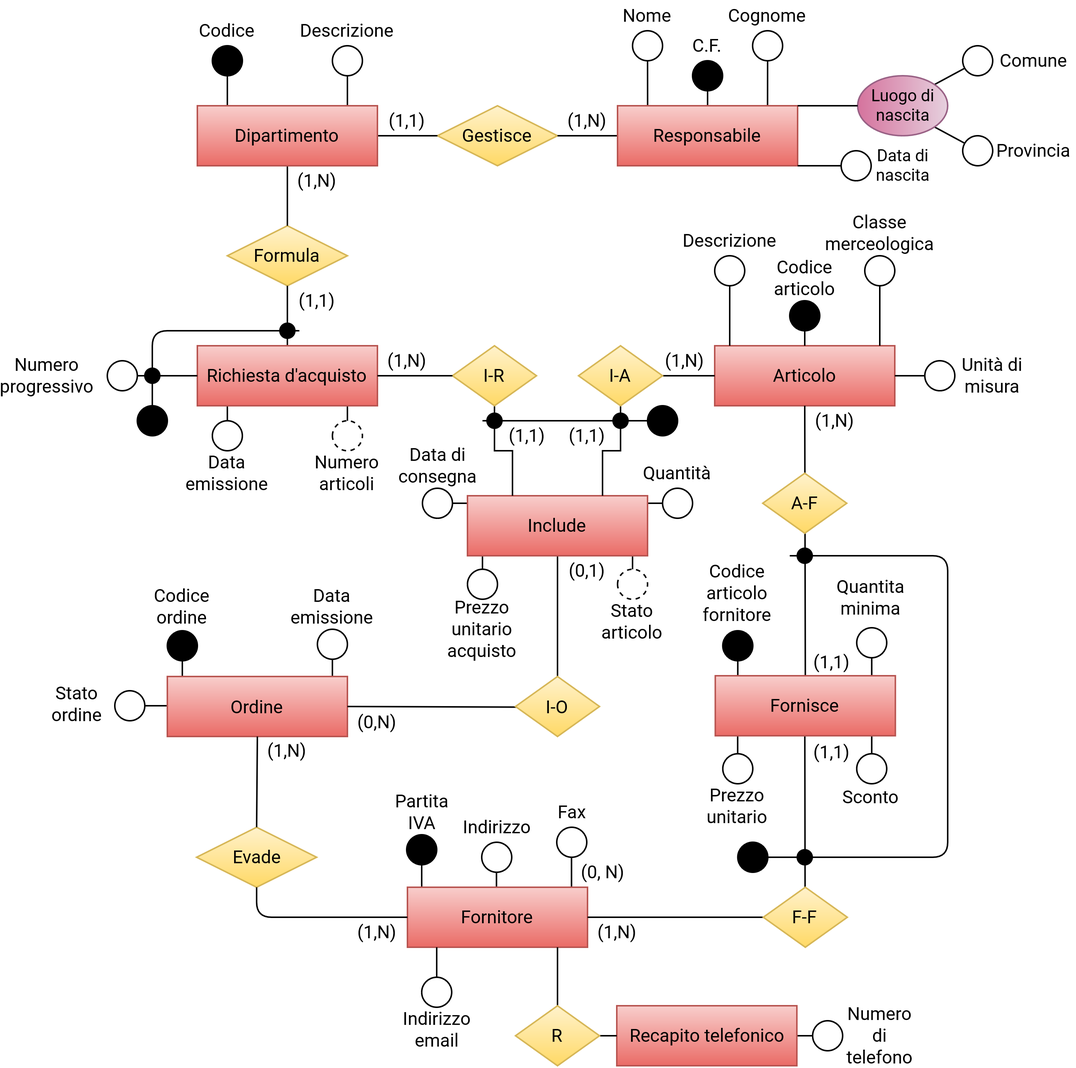
Above: ER_final.png in FraBomba6/Progetto_BdD (draw.io), before the change. Source tidied: cells renumbered, new cells last; positions are measured from the earlier drawing's top-left corner, leaving out a move shared by most shapes.
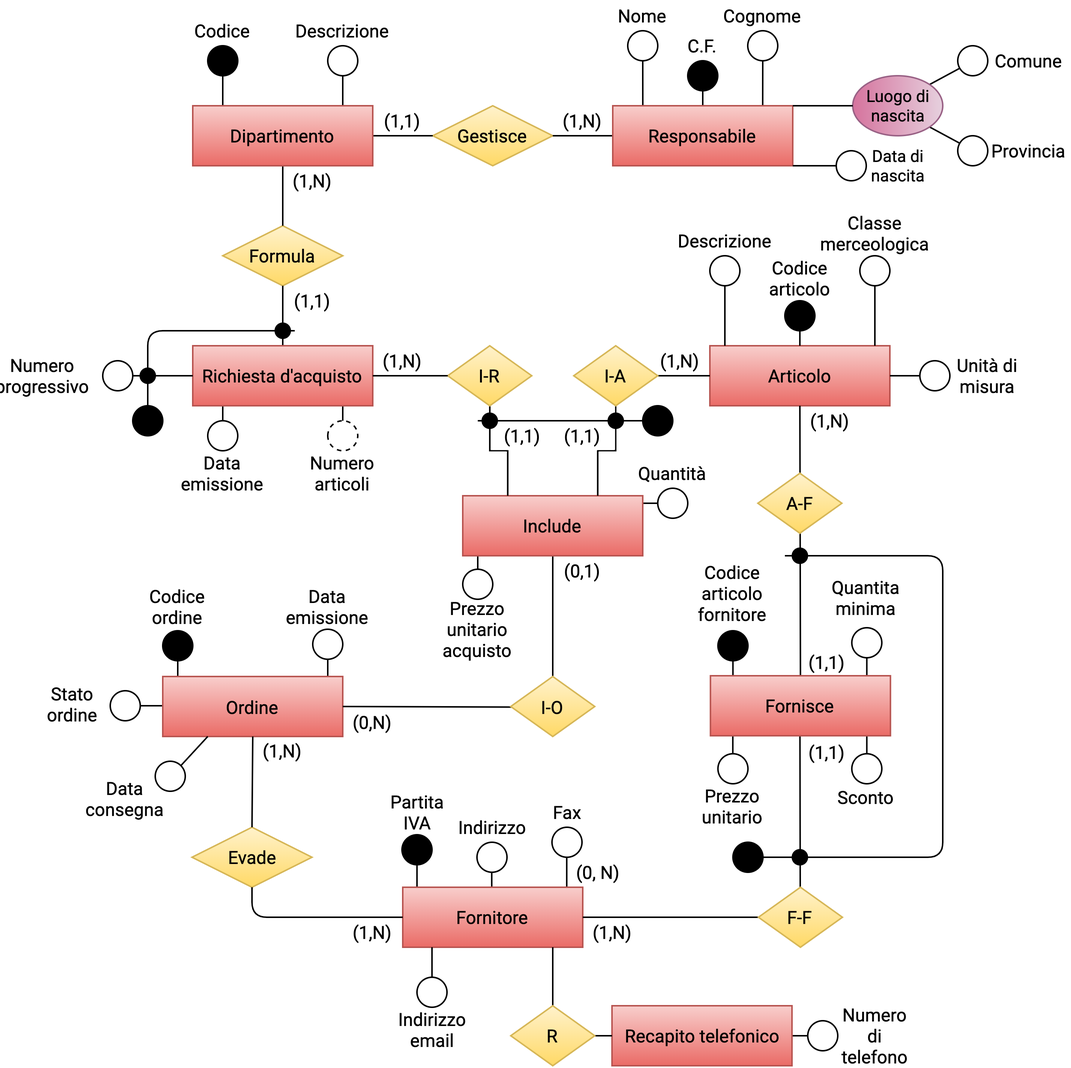
Above is the later version.

Diff of the diagram source:
```diff
@@ -18,9 +18,10 @@
         <mxPoint x="105" y="470" as="sourcePoint" />
       </mxGeometry>
     </mxCell>
-    <mxCell id="5" style="endArrow=none;html=1;entryX=0.5;entryY=1;entryDx=0;entryDy=0;fontFamily=Roboto;fontSource=https%3A%2F%2Ffonts.googleapis.com%2Fcss%3Ffamily%3DRoboto;" parent="1" edge="1" target="134">
+    <mxCell id="5" style="endArrow=none;html=1;entryX=0.5;entryY=1;entryDx=0;entryDy=0;fontFamily=Roboto;fontSource=https%3A%2F%2Ffonts.googleapis.com%2Fcss%3Ffamily%3DRoboto;" parent="1" edge="1">
       <mxGeometry x="170" y="280" as="geometry">
         <mxPoint x="220" y="260" as="sourcePoint" />
+        <mxPoint x="220" y="280" as="targetPoint" />
       </mxGeometry>
     </mxCell>
     <mxCell id="6" value="&lt;div&gt;Numero&lt;/div&gt;&lt;div&gt;articoli&lt;br&gt;&lt;/div&gt;" style="text;html=1;strokeColor=none;fillColor=none;align=center;verticalAlign=middle;whiteSpace=wrap;rounded=0;fontFamily=Roboto;fontSource=https%3A%2F%2Ffonts.googleapis.com%2Fcss%3Ffamily%3DRoboto;rotation=0;" parent="1" vertex="1">
@@ -148,12 +149,6 @@
         <mxPoint x="410" y="335" as="sourcePoint" />
       </mxGeometry>
     </mxCell>
-    <mxCell id="39" style="ellipse;whiteSpace=wrap;html=1;fontFamily=Roboto;fontSource=https%3A%2F%2Ffonts.googleapis.com%2Fcss%3Ffamily%3DRoboto;rotation=90;" parent="1" vertex="1">
-      <mxGeometry x="270" y="325" width="20" height="20" as="geometry" />
-    </mxCell>
-    <mxCell id="40" style="endArrow=none;html=1;fontFamily=Roboto;fontSource=https%3A%2F%2Ffonts.googleapis.com%2Fcss%3Ffamily%3DRoboto;entryX=0.5;entryY=0;entryDx=0;entryDy=0;endSize=6;startSize=6;arcSize=20;exitX=0;exitY=0.125;exitDx=0;exitDy=0;exitPerimeter=0;" parent="1" edge="1" source="140" target="39">
-      <mxGeometry relative="1" as="geometry" />
-    </mxCell>
     <mxCell id="41" style="ellipse;whiteSpace=wrap;html=1;fontFamily=Roboto;fontSource=https%3A%2F%2Ffonts.googleapis.com%2Fcss%3Ffamily%3DRoboto;" parent="1" vertex="1">
       <mxGeometry x="490" y="20" width="20" height="20" as="geometry" />
     </mxCell>
@@ -376,9 +371,6 @@
     <mxCell id="108" style="endArrow=none;html=1;exitX=0.5;exitY=0;exitDx=0;exitDy=0;fontFamily=Roboto;fontSource=https%3A%2F%2Ffonts.googleapis.com%2Fcss%3Ffamily%3DRoboto;" parent="1" edge="1" source="88" target="107">
       <mxGeometry relative="1" as="geometry" />
     </mxCell>
-    <mxCell id="109" value="&lt;div&gt;Data di consegna&lt;/div&gt;" style="text;html=1;strokeColor=none;fillColor=none;align=center;verticalAlign=middle;whiteSpace=wrap;rounded=0;fontFamily=Roboto;fontSource=https%3A%2F%2Ffonts.googleapis.com%2Fcss%3Ffamily%3DRoboto;rotation=0;" parent="1" vertex="1">
-      <mxGeometry x="250.5" y="295" width="59" height="30" as="geometry" />
-    </mxCell>
     <mxCell id="110" value="&lt;div&gt;Codice&lt;/div&gt;&lt;div&gt;ordine&lt;/div&gt;" style="text;html=1;strokeColor=none;fillColor=none;align=center;verticalAlign=middle;whiteSpace=wrap;rounded=0;fontFamily=Roboto;fontSource=https%3A%2F%2Ffonts.googleapis.com%2Fcss%3Ffamily%3DRoboto;" parent="1" vertex="1">
       <mxGeometry x="70" y="389" width="80" height="30" as="geometry" />
     </mxCell>
@@ -470,26 +462,12 @@
     <mxCell id="133" value="(1,N)" style="text;html=1;strokeColor=none;fillColor=none;align=center;verticalAlign=middle;whiteSpace=wrap;rounded=0;fontFamily=Roboto;fontSource=https%3A%2F%2Ffonts.googleapis.com%2Fcss%3Ffamily%3DRoboto;" parent="1" vertex="1">
       <mxGeometry x="424.8" y="230" width="40" height="20" as="geometry" />
     </mxCell>
-    <mxCell id="134" style="ellipse;whiteSpace=wrap;html=1;fontFamily=Roboto;fontSource=https%3A%2F%2Ffonts.googleapis.com%2Fcss%3Ffamily%3DRoboto;rotation=-180;dashed=1;" parent="1" vertex="1">
-      <mxGeometry x="210" y="280" width="20" height="20" as="geometry" />
-    </mxCell>
     <mxCell id="135" value="&lt;div&gt;Stato&lt;/div&gt;&lt;div&gt;ordine&lt;br&gt;&lt;/div&gt;" style="text;html=1;strokeColor=none;fillColor=none;align=center;verticalAlign=middle;whiteSpace=wrap;rounded=0;fontFamily=Roboto;fontSource=https%3A%2F%2Ffonts.googleapis.com%2Fcss%3Ffamily%3DRoboto;" parent="1" vertex="1">
       <mxGeometry x="20" y="459" width="40" height="20" as="geometry" />
     </mxCell>
     <mxCell id="136" value="&lt;span style=&quot;color: rgba(0, 0, 0, 0); font-size: 0px;&quot;&gt;%3CmxGraphModel%3E%3Croot%3E%3CmxCell%20id%3D%220%22%2F%3E%3CmxCell%20id%3D%221%22%20parent%3D%220%22%2F%3E%3CmxCell%20id%3D%222%22%20value%3D%22%22%20style%3D%22group%3BfontFamily%3DRoboto%3BfontSource%3Dhttps%253A%252F%252Ffonts.googleapis.com%252Fcss%253Ffamily%253DRoboto%3B%22%20connectable%3D%220%22%20vertex%3D%221%22%20parent%3D%221%22%3E%3CmxGeometry%20x%3D%2250%22%20y%3D%22450%22%20width%3D%22130%22%20height%3D%22140%22%20as%3D%22geometry%22%2F%3E%3C%2FmxCell%3E%3CmxCell%20id%3D%223%22%20value%3D%22Ordine%22%20style%3D%22rounded%3D0%3BwhiteSpace%3Dwrap%3Bhtml%3D1%3BfontFamily%3DRoboto%3BfontSource%3Dhttps%253A%252F%252Ffonts.googleapis.com%252Fcss%253Ffamily%253DRoboto%3BfillColor%3D%23f8cecc%3BstrokeColor%3D%23b85450%3BgradientColor%3D%23ea6b66%3B%22%20vertex%3D%221%22%20parent%3D%222%22%3E%3CmxGeometry%20x%3D%2240%22%20y%3D%2280%22%20width%3D%22120%22%20height%3D%2260%22%20as%3D%22geometry%22%2F%3E%3C%2FmxCell%3E%3CmxCell%20id%3D%224%22%20value%3D%22%22%20style%3D%22group%3BfontFamily%3DRoboto%3BfontSource%3Dhttps%253A%252F%252Ffonts.googleapis.com%252Fcss%253Ffamily%253DRoboto%3B%22%20connectable%3D%220%22%20vertex%3D%221%22%20parent%3D%222%22%3E%3CmxGeometry%20x%3D%2290%22%20width%3D%2240%22%20height%3D%2280%22%20as%3D%22geometry%22%2F%3E%3C%2FmxCell%3E%3CmxCell%20id%3D%225%22%20value%3D%22%22%20style%3D%22ellipse%3BwhiteSpace%3Dwrap%3Bhtml%3D1%3Baspect%3Dfixed%3BfontFamily%3DRoboto%3BfontSource%3Dhttps%253A%252F%252Ffonts.googleapis.com%252Fcss%253Ffamily%253DRoboto%3B%22%20vertex%3D%221%22%20parent%3D%224%22%3E%3CmxGeometry%20x%3D%2230%22%20y%3D%2230%22%20width%3D%2220%22%20height%3D%2220%22%20as%3D%22geometry%22%2F%3E%3C%2FmxCell%3E%3CmxCell%20id%3D%226%22%20value%3D%22%26lt%3Bdiv%26gt%3BData%20emissione%26lt%3B%2Fdiv%26gt%3B%22%20style%3D%22text%3Bhtml%3D1%3BstrokeColor%3Dnone%3BfillColor%3Dnone%3Balign%3Dcenter%3BverticalAlign%3Dmiddle%3BwhiteSpace%3Dwrap%3Brounded%3D0%3BfontFamily%3DRoboto%3BfontSource%3Dhttps%253A%252F%252Ffonts.googleapis.com%252Fcss%253Ffamily%253DRoboto%3B%22%20vertex%3D%221%22%20parent%3D%224%22%3E%3CmxGeometry%20width%3D%2240%22%20height%3D%2220%22%20as%3D%22geometry%22%2F%3E%3C%2FmxCell%3E%3CmxCell%20id%3D%227%22%20value%3D%22%22%20style%3D%22group%3BfontFamily%3DRoboto%3BfontSource%3Dhttps%253A%252F%252Ffonts.googleapis.com%252Fcss%253Ffamily%253DRoboto%3B%22%20connectable%3D%220%22%20vertex%3D%221%22%20parent%3D%222%22%3E%3CmxGeometry%20x%3D%2210%22%20y%3D%2210%22%20width%3D%2260%22%20height%3D%2270%22%20as%3D%22geometry%22%2F%3E%3C%2FmxCell%3E%3CmxCell%20id%3D%228%22%20value%3D%22%22%20style%3D%22ellipse%3BfontFamily%3DRoboto%3BfontSource%3Dhttps%253A%252F%252Ffonts.googleapis.com%252Fcss%253Ffamily%253DRoboto%3BfillColor%3D%23000000%3B%22%20vertex%3D%221%22%20parent%3D%227%22%3E%3CmxGeometry%20x%3D%2210%22%20y%3D%2220%22%20width%3D%2220%22%20height%3D%2220%22%20as%3D%22geometry%22%2F%3E%3C%2FmxCell%3E%3CmxCell%20id%3D%229%22%20value%3D%22Codice%20ordine%22%20style%3D%22text%3Bhtml%3D1%3BstrokeColor%3Dnone%3BfillColor%3Dnone%3Balign%3Dcenter%3BverticalAlign%3Dmiddle%3BwhiteSpace%3Dwrap%3Brounded%3D0%3BfontFamily%3DRoboto%3BfontSource%3Dhttps%253A%252F%252Ffonts.googleapis.com%252Fcss%253Ffamily%253DRoboto%3B%22%20vertex%3D%221%22%20parent%3D%227%22%3E%3CmxGeometry%20x%3D%22-20%22%20y%3D%22-10%22%20width%3D%2280%22%20height%3D%2220%22%20as%3D%22geometry%22%2F%3E%3C%2FmxCell%3E%3CmxCell%20id%3D%2210%22%20value%3D%22%22%20style%3D%22endArrow%3Dnone%3Bhtml%3D1%3BfontFamily%3DRoboto%3BfontSource%3Dhttps%253A%252F%252Ffonts.googleapis.com%252Fcss%253Ffamily%253DRoboto%3BexitX%3D0.25%3BexitY%3D0%3BexitDx%3D0%3BexitDy%3D0%3B%22%20edge%3D%221%22%20parent%3D%222%22%20source%3D%223%22%20target%3D%228%22%3E%3CmxGeometry%20width%3D%2250%22%20height%3D%2250%22%20relative%3D%221%22%20as%3D%22geometry%22%3E%3CmxPoint%20x%3D%2240%22%20y%3D%2280%22%20as%3D%22sourcePoint%22%2F%3E%3CmxPoint%20x%3D%2240%22%20y%3D%2250%22%20as%3D%22targetPoint%22%2F%3E%3C%2FmxGeometry%3E%3C%2FmxCell%3E%3CmxCell%20id%3D%2211%22%20value%3D%22%22%20style%3D%22endArrow%3Dnone%3Bhtml%3D1%3BfontFamily%3DRoboto%3BfontSource%3Dhttps%253A%252F%252Ffonts.googleapis.com%252Fcss%253Ffamily%253DRoboto%3BexitX%3D0.75%3BexitY%3D0%3BexitDx%3D0%3BexitDy%3D0%3BentryX%3D0.5%3BentryY%3D1%3BentryDx%3D0%3BentryDy%3D0%3B%22%20edge%3D%221%22%20parent%3D%222%22%20source%3D%223%22%20target%3D%225%22%3E%3CmxGeometry%20x%3D%22100%22%20y%3D%2210%22%20width%3D%2250%22%20height%3D%2250%22%20as%3D%22geometry%22%3E%3CmxPoint%20x%3D%22120%22%20y%3D%2280%22%20as%3D%22sourcePoint%22%2F%3E%3CmxPoint%20x%3D%22123%22%20y%3D%2246%22%20as%3D%22targetPoint%22%2F%3E%3CArray%20as%3D%22points%22%2F%3E%3C%2FmxGeometry%3E%3C%2FmxCell%3E%3C%2Froot%3E%3C%2FmxGraphModel%3E&lt;/span&gt;" style="ellipse;whiteSpace=wrap;html=1;fontFamily=Roboto;fontSource=https%3A%2F%2Ffonts.googleapis.com%2Fcss%3Ffamily%3DRoboto;rotation=0;" parent="1" vertex="1">
       <mxGeometry x="65" y="460" width="20" height="20" as="geometry" />
     </mxCell>
-    <mxCell id="137" style="ellipse;whiteSpace=wrap;html=1;fontFamily=Roboto;fontSource=https%3A%2F%2Ffonts.googleapis.com%2Fcss%3Ffamily%3DRoboto;rotation=-180;dashed=1;" parent="1" vertex="1">
-      <mxGeometry x="400" y="379" width="20" height="20" as="geometry" />
-    </mxCell>
-    <mxCell id="138" value="&lt;div&gt;Stato&lt;/div&gt;&lt;div&gt;articolo&lt;br&gt;&lt;/div&gt;" style="text;html=1;strokeColor=none;fillColor=none;align=center;verticalAlign=middle;whiteSpace=wrap;rounded=0;fontFamily=Roboto;fontSource=https%3A%2F%2Ffonts.googleapis.com%2Fcss%3Ffamily%3DRoboto;rotation=0;" parent="1" vertex="1">
-      <mxGeometry x="390" y="404" width="40" height="20" as="geometry" />
-    </mxCell>
-    <mxCell id="139" style="endArrow=none;html=1;entryX=0.5;entryY=1;entryDx=0;entryDy=0;fontFamily=Roboto;fontSource=https%3A%2F%2Ffonts.googleapis.com%2Fcss%3Ffamily%3DRoboto;" parent="1" edge="1" target="137">
-      <mxGeometry x="360" y="379" as="geometry">
-        <mxPoint x="410" y="359" as="sourcePoint" />
-      </mxGeometry>
-    </mxCell>
     <mxCell id="140" value="Include" style="rounded=0;whiteSpace=wrap;html=1;fontFamily=Roboto;fontSource=https%3A%2F%2Ffonts.googleapis.com%2Fcss%3Ffamily%3DRoboto;fillColor=#f8cecc;strokeColor=#b85450;gradientColor=#ea6b66;" parent="1" vertex="1">
       <mxGeometry x="300" y="330" width="120" height="40" as="geometry" />
     </mxCell>
@@ -584,5 +562,17 @@
     <mxCell id="167" style="ellipse;whiteSpace=wrap;html=1;fontFamily=Roboto;fontSource=https%3A%2F%2Ffonts.googleapis.com%2Fcss%3Ffamily%3DRoboto;fillColor=#000000;" parent="1" vertex="1">
       <mxGeometry x="420" y="270" width="20" height="20" as="geometry" />
     </mxCell>
+    <mxCell id="168" style="endArrow=none;html=1;exitX=0.25;exitY=1;exitDx=0;exitDy=0;entryX=1;entryY=0.5;entryDx=0;entryDy=0;fontFamily=Roboto;fontSource=https%3A%2F%2Ffonts.googleapis.com%2Fcss%3Ffamily%3DRoboto;" parent="1" edge="1" source="111" target="169">
+      <mxGeometry x="-10" y="501" as="geometry" />
+    </mxCell>
+    <mxCell id="169" value="&lt;span style=&quot;color: rgba(0, 0, 0, 0); font-size: 0px;&quot;&gt;%3CmxGraphModel%3E%3Croot%3E%3CmxCell%20id%3D%220%22%2F%3E%3CmxCell%20id%3D%221%22%20parent%3D%220%22%2F%3E%3CmxCell%20id%3D%222%22%20value%3D%22%22%20style%3D%22group%3BfontFamily%3DRoboto%3BfontSource%3Dhttps%253A%252F%252Ffonts.googleapis.com%252Fcss%253Ffamily%253DRoboto%3B%22%20connectable%3D%220%22%20vertex%3D%221%22%20parent%3D%221%22%3E%3CmxGeometry%20x%3D%2250%22%20y%3D%22450%22%20width%3D%22130%22%20height%3D%22140%22%20as%3D%22geometry%22%2F%3E%3C%2FmxCell%3E%3CmxCell%20id%3D%223%22%20value%3D%22Ordine%22%20style%3D%22rounded%3D0%3BwhiteSpace%3Dwrap%3Bhtml%3D1%3BfontFamily%3DRoboto%3BfontSource%3Dhttps%253A%252F%252Ffonts.googleapis.com%252Fcss%253Ffamily%253DRoboto%3BfillColor%3D%23f8cecc%3BstrokeColor%3D%23b85450%3BgradientColor%3D%23ea6b66%3B%22%20vertex%3D%221%22%20parent%3D%222%22%3E%3CmxGeometry%20x%3D%2240%22%20y%3D%2280%22%20width%3D%22120%22%20height%3D%2260%22%20as%3D%22geometry%22%2F%3E%3C%2FmxCell%3E%3CmxCell%20id%3D%224%22%20value%3D%22%22%20style%3D%22group%3BfontFamily%3DRoboto%3BfontSource%3Dhttps%253A%252F%252Ffonts.googleapis.com%252Fcss%253Ffamily%253DRoboto%3B%22%20connectable%3D%220%22%20vertex%3D%221%22%20parent%3D%222%22%3E%3CmxGeometry%20x%3D%2290%22%20width%3D%2240%22%20height%3D%2280%22%20as%3D%22geometry%22%2F%3E%3C%2FmxCell%3E%3CmxCell%20id%3D%225%22%20value%3D%22%22%20style%3D%22ellipse%3BwhiteSpace%3Dwrap%3Bhtml%3D1%3Baspect%3Dfixed%3BfontFamily%3DRoboto%3BfontSource%3Dhttps%253A%252F%252Ffonts.googleapis.com%252Fcss%253Ffamily%253DRoboto%3B%22%20vertex%3D%221%22%20parent%3D%224%22%3E%3CmxGeometry%20x%3D%2230%22%20y%3D%2230%22%20width%3D%2220%22%20height%3D%2220%22%20as%3D%22geometry%22%2F%3E%3C%2FmxCell%3E%3CmxCell%20id%3D%226%22%20value%3D%22%26lt%3Bdiv%26gt%3BData%20emissione%26lt%3B%2Fdiv%26gt%3B%22%20style%3D%22text%3Bhtml%3D1%3BstrokeColor%3Dnone%3BfillColor%3Dnone%3Balign%3Dcenter%3BverticalAlign%3Dmiddle%3BwhiteSpace%3Dwrap%3Brounded%3D0%3BfontFamily%3DRoboto%3BfontSource%3Dhttps%253A%252F%252Ffonts.googleapis.com%252Fcss%253Ffamily%253DRoboto%3B%22%20vertex%3D%221%22%20parent%3D%224%22%3E%3CmxGeometry%20width%3D%2240%22%20height%3D%2220%22%20as%3D%22geometry%22%2F%3E%3C%2FmxCell%3E%3CmxCell%20id%3D%227%22%20value%3D%22%22%20style%3D%22group%3BfontFamily%3DRoboto%3BfontSource%3Dhttps%253A%252F%252Ffonts.googleapis.com%252Fcss%253Ffamily%253DRoboto%3B%22%20connectable%3D%220%22%20vertex%3D%221%22%20parent%3D%222%22%3E%3CmxGeometry%20x%3D%2210%22%20y%3D%2210%22%20width%3D%2260%22%20height%3D%2270%22%20as%3D%22geometry%22%2F%3E%3C%2FmxCell%3E%3CmxCell%20id%3D%228%22%20value%3D%22%22%20style%3D%22ellipse%3BfontFamily%3DRoboto%3BfontSource%3Dhttps%253A%252F%252Ffonts.googleapis.com%252Fcss%253Ffamily%253DRoboto%3BfillColor%3D%23000000%3B%22%20vertex%3D%221%22%20parent%3D%227%22%3E%3CmxGeometry%20x%3D%2210%22%20y%3D%2220%22%20width%3D%2220%22%20height%3D%2220%22%20as%3D%22geometry%22%2F%3E%3C%2FmxCell%3E%3CmxCell%20id%3D%229%22%20value%3D%22Codice%20ordine%22%20style%3D%22text%3Bhtml%3D1%3BstrokeColor%3Dnone%3BfillColor%3Dnone%3Balign%3Dcenter%3BverticalAlign%3Dmiddle%3BwhiteSpace%3Dwrap%3Brounded%3D0%3BfontFamily%3DRoboto%3BfontSource%3Dhttps%253A%252F%252Ffonts.googleapis.com%252Fcss%253Ffamily%253DRoboto%3B%22%20vertex%3D%221%22%20parent%3D%227%22%3E%3CmxGeometry%20x%3D%22-20%22%20y%3D%22-10%22%20width%3D%2280%22%20height%3D%2220%22%20as%3D%22geometry%22%2F%3E%3C%2FmxCell%3E%3CmxCell%20id%3D%2210%22%20value%3D%22%22%20style%3D%22endArrow%3Dnone%3Bhtml%3D1%3BfontFamily%3DRoboto%3BfontSource%3Dhttps%253A%252F%252Ffonts.googleapis.com%252Fcss%253Ffamily%253DRoboto%3BexitX%3D0.25%3BexitY%3D0%3BexitDx%3D0%3BexitDy%3D0%3B%22%20edge%3D%221%22%20parent%3D%222%22%20source%3D%223%22%20target%3D%228%22%3E%3CmxGeometry%20width%3D%2250%22%20height%3D%2250%22%20relative%3D%221%22%20as%3D%22geometry%22%3E%3CmxPoint%20x%3D%2240%22%20y%3D%2280%22%20as%3D%22sourcePoint%22%2F%3E%3CmxPoint%20x%3D%2240%22%20y%3D%2250%22%20as%3D%22targetPoint%22%2F%3E%3C%2FmxGeometry%3E%3C%2FmxCell%3E%3CmxCell%20id%3D%2211%22%20value%3D%22%22%20style%3D%22endArrow%3Dnone%3Bhtml%3D1%3BfontFamily%3DRoboto%3BfontSource%3Dhttps%253A%252F%252Ffonts.googleapis.com%252Fcss%253Ffamily%253DRoboto%3BexitX%3D0.75%3BexitY%3D0%3BexitDx%3D0%3BexitDy%3D0%3BentryX%3D0.5%3BentryY%3D1%3BentryDx%3D0%3BentryDy%3D0%3B%22%20edge%3D%221%22%20parent%3D%222%22%20source%3D%223%22%20target%3D%225%22%3E%3CmxGeometry%20x%3D%22100%22%20y%3D%2210%22%20width%3D%2250%22%20height%3D%2250%22%20as%3D%22geometry%22%3E%3CmxPoint%20x%3D%22120%22%20y%3D%2280%22%20as%3D%22sourcePoint%22%2F%3E%3CmxPoint%20x%3D%22123%22%20y%3D%2246%22%20as%3D%22targetPoint%22%2F%3E%3CArray%20as%3D%22points%22%2F%3E%3C%2FmxGeometry%3E%3C%2FmxCell%3E%3C%2Froot%3E%3C%2FmxGraphModel%3E&lt;/span&gt;" style="ellipse;whiteSpace=wrap;html=1;fontFamily=Roboto;fontSource=https%3A%2F%2Ffonts.googleapis.com%2Fcss%3Ffamily%3DRoboto;rotation=-45;" parent="1" vertex="1">
+      <mxGeometry x="95" y="507" width="20" height="20" as="geometry" />
+    </mxCell>
+    <mxCell id="170" value="&lt;div&gt;Data consegna&lt;/div&gt;" style="text;html=1;strokeColor=none;fillColor=none;align=center;verticalAlign=middle;whiteSpace=wrap;rounded=0;fontFamily=Roboto;fontSource=https%3A%2F%2Ffonts.googleapis.com%2Fcss%3Ffamily%3DRoboto;" parent="1" vertex="1">
+      <mxGeometry x="55" y="522" width="40" height="20" as="geometry" />
+    </mxCell>
+    <mxCell id="134" style="ellipse;whiteSpace=wrap;html=1;fontFamily=Roboto;fontSource=https%3A%2F%2Ffonts.googleapis.com%2Fcss%3Ffamily%3DRoboto;rotation=-180;dashed=1;" parent="1" vertex="1">
+      <mxGeometry x="210" y="280" width="20" height="20" as="geometry" />
+    </mxCell>
   </root>
 </mxGraphModel>
```
